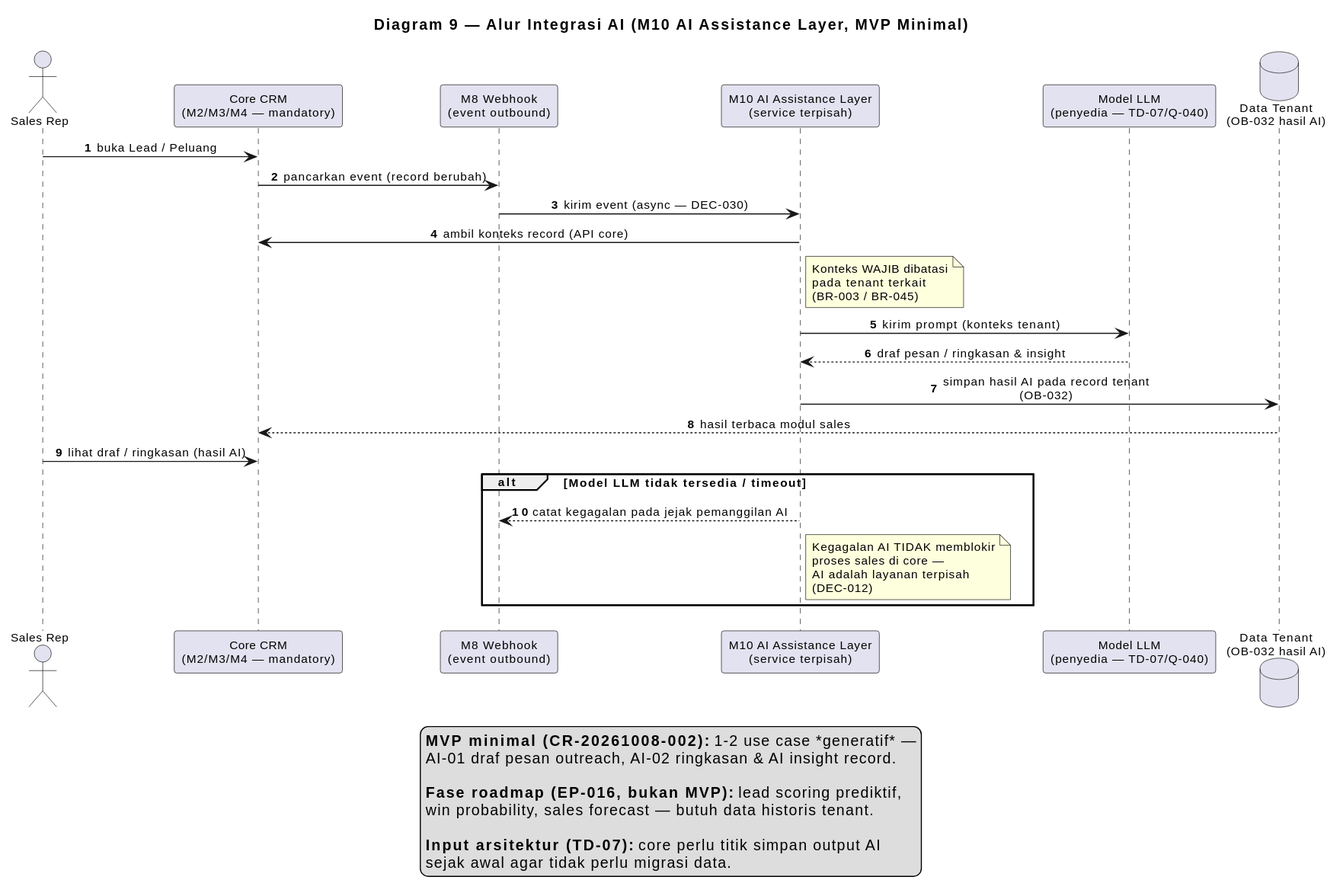
This is knowledge/projects/bootcamp-crm/requirements/brd/diagrams/10-alur-integrasi-ai.svg from yudha-tlab/ai-os-knowledge, a PlantUML export, as it was before one commit. Source of this version:
```plantuml
@startuml
title Diagram 9 — Alur Integrasi AI (M10 AI Assistance Layer, MVP Minimal)

skinparam shadowing false
skinparam defaultFontSize 11
skinparam sequenceMessageAlign center
autonumber

actor "Sales Rep" as SALES
participant "Core CRM\n(M2/M3/M4 — mandatory)" as CORE
participant "M8 Webhook\n(event outbound)" as HOOK
participant "M10 AI Assistance Layer\n(service terpisah)" as AI
participant "Model LLM\n(penyedia — TD-07/Q-040)" as LLM
database "Data Tenant\n(OB-032 hasil AI)" as DB

SALES -> CORE : buka Lead / Peluang
CORE -> HOOK : pancarkan event (record berubah)
HOOK -> AI : kirim event (async — DEC-030)
AI -> CORE : ambil konteks record (API core)
note right of AI
  Konteks WAJIB dibatasi
  pada tenant terkait
  (BR-003 / BR-045)
end note
AI -> LLM : kirim prompt (konteks tenant)
LLM --> AI : draf pesan / ringkasan & insight
AI -> DB : simpan hasil AI pada record tenant\n(OB-032)
DB --> CORE : hasil terbaca modul sales
SALES -> CORE : lihat draf / ringkasan (hasil AI)

alt Model LLM tidak tersedia / timeout
  AI --> HOOK : catat kegagalan pada jejak pemanggilan AI
  note right of AI
    Kegagalan AI TIDAK memblokir
    proses sales di core —
    AI adalah layanan terpisah
    (DEC-012)
  end note
end

legend bottom
  **MVP minimal (CR-20261008-002):** 1-2 use case *generatif* —
  AI-01 draf pesan outreach, AI-02 ringkasan & AI insight record.

  **Fase roadmap (EP-016, bukan MVP):** lead scoring prediktif,
  win probability, sales forecast — butuh data historis tenant.

  **Input arsitektur (TD-07):** core perlu titik simpan output AI
  sejak awal agar tidak perlu migrasi data.
endlegend
@enduml
```
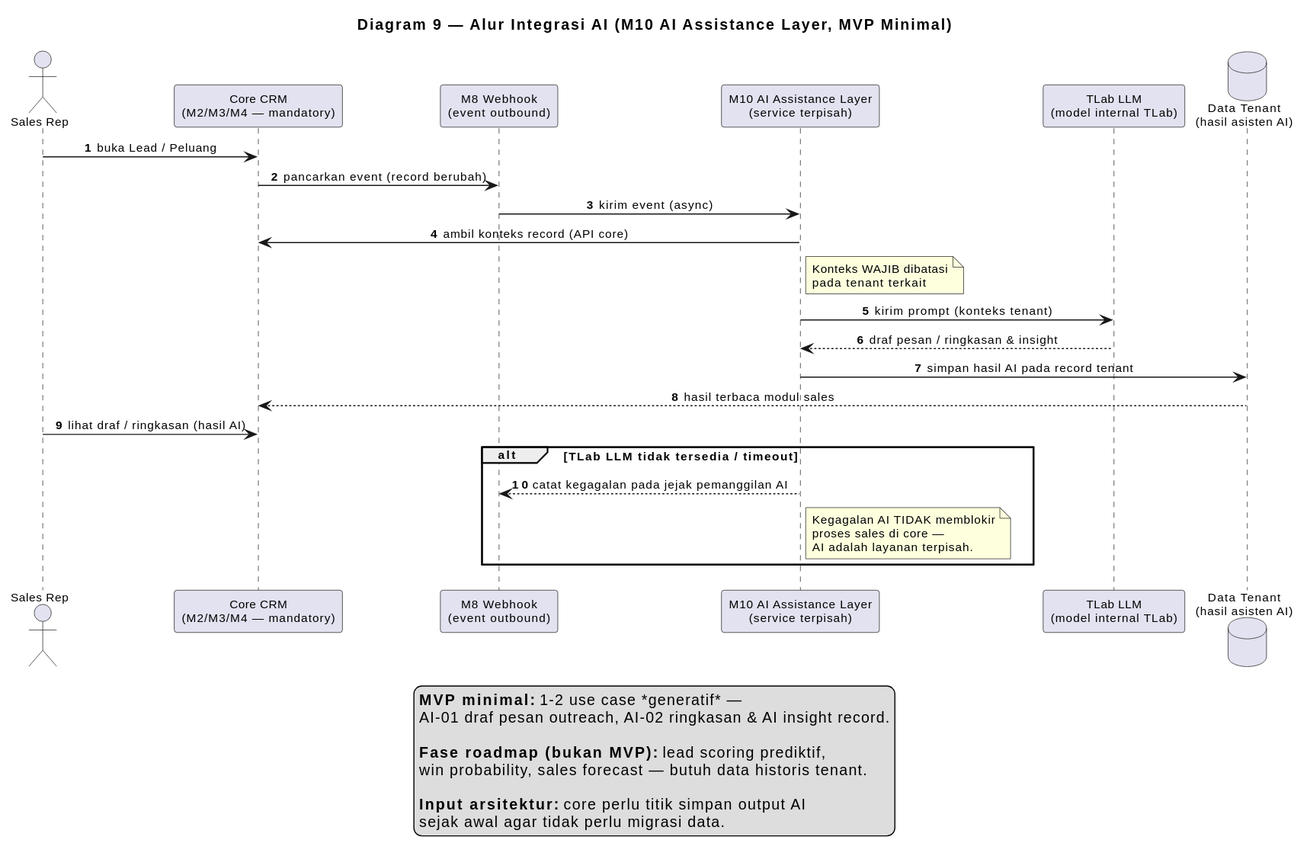
Above is the later version.

Change to the diagram source:
```diff
@@ -10,42 +10,40 @@
 participant "Core CRM\n(M2/M3/M4 — mandatory)" as CORE
 participant "M8 Webhook\n(event outbound)" as HOOK
 participant "M10 AI Assistance Layer\n(service terpisah)" as AI
-participant "Model LLM\n(penyedia — TD-07/Q-040)" as LLM
-database "Data Tenant\n(OB-032 hasil AI)" as DB
+participant "TLab LLM\n(model internal TLab)" as LLM
+database "Data Tenant\n(hasil asisten AI)" as DB
 
 SALES -> CORE : buka Lead / Peluang
 CORE -> HOOK : pancarkan event (record berubah)
-HOOK -> AI : kirim event (async — DEC-030)
+HOOK -> AI : kirim event (async)
 AI -> CORE : ambil konteks record (API core)
 note right of AI
   Konteks WAJIB dibatasi
   pada tenant terkait
-  (BR-003 / BR-045)
 end note
 AI -> LLM : kirim prompt (konteks tenant)
 LLM --> AI : draf pesan / ringkasan & insight
-AI -> DB : simpan hasil AI pada record tenant\n(OB-032)
+AI -> DB : simpan hasil AI pada record tenant
 DB --> CORE : hasil terbaca modul sales
 SALES -> CORE : lihat draf / ringkasan (hasil AI)
 
-alt Model LLM tidak tersedia / timeout
+alt TLab LLM tidak tersedia / timeout
   AI --> HOOK : catat kegagalan pada jejak pemanggilan AI
   note right of AI
     Kegagalan AI TIDAK memblokir
     proses sales di core —
-    AI adalah layanan terpisah
-    (DEC-012)
+    AI adalah layanan terpisah.
   end note
 end
 
 legend bottom
-  **MVP minimal (CR-20261008-002):** 1-2 use case *generatif* —
+  **MVP minimal:** 1-2 use case *generatif* —
   AI-01 draf pesan outreach, AI-02 ringkasan & AI insight record.
 
-  **Fase roadmap (EP-016, bukan MVP):** lead scoring prediktif,
+  **Fase roadmap (bukan MVP):** lead scoring prediktif,
   win probability, sales forecast — butuh data historis tenant.
 
-  **Input arsitektur (TD-07):** core perlu titik simpan output AI
+  **Input arsitektur:** core perlu titik simpan output AI
   sejak awal agar tidak perlu migrasi data.
 endlegend
 @enduml
```
